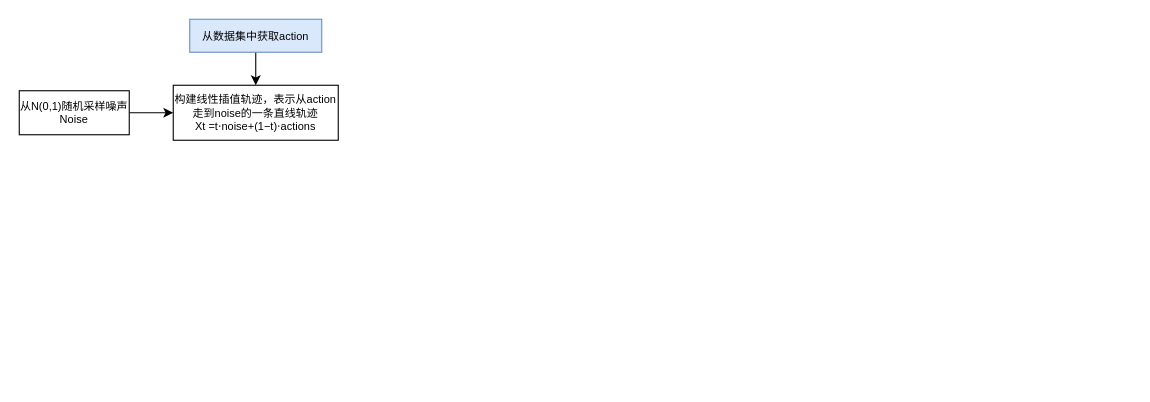
Before: LLM/VLA/smolVLA.drawio in mailonghua/drawio, a draw.io diagram. Source tidied: cells renumbered, new cells numbered last; positions are measured from the earlier drawing's top-left corner, leaving out a move shared by most shapes. Both pictures are drawn from the tidied source at 110%, with x=0, y=0 at pixel (19, 19).
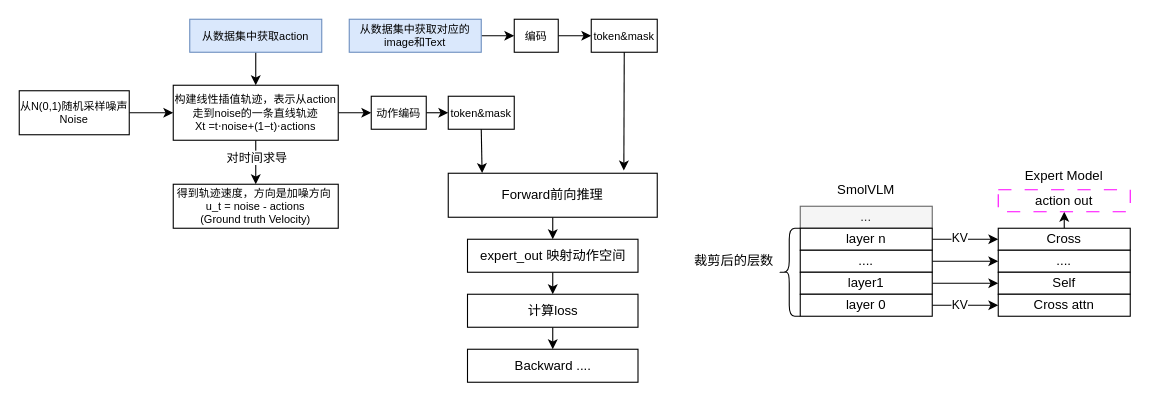
Above is the later version.

The change refers to these unchanged cells:
```xml
<mxCell id="4" value="&lt;div&gt;&lt;div&gt;&lt;span style=&quot;background-color: transparent; color: light-dark(rgb(0, 0, 0), rgb(255, 255, 255));&quot;&gt;构建线性插值轨迹，表示从action走到noise的一条直线轨迹&lt;br&gt;Xt&amp;nbsp;&lt;/span&gt;&lt;span style=&quot;background-color: transparent; color: light-dark(rgb(0, 0, 0), rgb(255, 255, 255));&quot;&gt;=t⋅noise+(1−t)⋅actions&lt;/span&gt;&lt;/div&gt;&lt;/div&gt;" style="rounded=0;whiteSpace=wrap;html=1;fontSize=10;" parent="1" vertex="1">
  <mxGeometry x="140" y="60" width="150" height="50" as="geometry" />
</mxCell>
```

Change to the diagram source:
```diff
@@
+    <mxCell id="7" style="edgeStyle=orthogonalEdgeStyle;curved=1;rounded=0;jettySize=auto;html=1;" parent="1" edge="1" source="4" target="10">
+      <mxGeometry relative="1" as="geometry" />
+    </mxCell>
+    <mxCell id="8" value="对时间求导" style="edgeLabel;html=1;align=center;verticalAlign=middle;" parent="7" vertex="1">
+      <mxGeometry x="-0.26" y="-1" relative="1" as="geometry">
+        <mxPoint x="1" as="offset" />
+      </mxGeometry>
+    </mxCell>
+    <mxCell id="9" style="edgeStyle=orthogonalEdgeStyle;curved=1;rounded=0;jettySize=auto;html=1;" parent="1" edge="1" source="4" target="16">
+      <mxGeometry relative="1" as="geometry" />
+    </mxCell>
@@
+    <mxCell id="10" value="得到轨迹速度，方向是加噪方向&amp;nbsp;&lt;div&gt;u_t = noise - actions&lt;br&gt;(Ground truth Velocity)&lt;/div&gt;" style="rounded=0;whiteSpace=wrap;html=1;fontSize=10;" parent="1" vertex="1">
+      <mxGeometry x="140" y="150" width="150" height="40" as="geometry" />
+    </mxCell>
+    <mxCell id="11" style="edgeStyle=orthogonalEdgeStyle;curved=1;rounded=0;jettySize=auto;html=1;" parent="1" edge="1" source="12" target="14">
+      <mxGeometry relative="1" as="geometry" />
+    </mxCell>
+    <mxCell id="12" value="从数据集中获取对应的image和Text" style="rounded=0;whiteSpace=wrap;html=1;fontSize=10;fillColor=#dae8fc;strokeColor=#6c8ebf;" parent="1" vertex="1">
+      <mxGeometry x="300" width="120" height="30" as="geometry" />
+    </mxCell>
+    <mxCell id="13" style="edgeStyle=orthogonalEdgeStyle;curved=1;rounded=0;jettySize=auto;html=1;" parent="1" edge="1" source="14" target="17">
+      <mxGeometry relative="1" as="geometry" />
+    </mxCell>
+    <mxCell id="14" value="编码" style="rounded=0;whiteSpace=wrap;html=1;fontSize=10;" parent="1" vertex="1">
+      <mxGeometry x="450" width="40" height="30" as="geometry" />
+    </mxCell>
+    <mxCell id="15" style="edgeStyle=orthogonalEdgeStyle;curved=1;rounded=0;jettySize=auto;html=1;exitX=1;exitY=0.5;exitDx=0;exitDy=0;entryX=0;entryY=0.5;entryDx=0;entryDy=0;" parent="1" edge="1" source="16" target="18">
+      <mxGeometry relative="1" as="geometry" />
+    </mxCell>
+    <mxCell id="16" value="动作编码" style="rounded=0;whiteSpace=wrap;html=1;fontSize=10;" parent="1" vertex="1">
+      <mxGeometry x="320" y="70" width="50" height="30" as="geometry" />
+    </mxCell>
+    <mxCell id="17" value="token&amp;amp;mask" style="rounded=0;whiteSpace=wrap;html=1;fontSize=10;" parent="1" vertex="1">
+      <mxGeometry x="520" width="60" height="30" as="geometry" />
+    </mxCell>
+    <mxCell id="18" value="token&amp;amp;mask" style="rounded=0;whiteSpace=wrap;html=1;fontSize=10;" parent="1" vertex="1">
+      <mxGeometry x="390" y="70" width="60" height="30" as="geometry" />
+    </mxCell>
+    <mxCell id="19" style="edgeStyle=orthogonalEdgeStyle;curved=1;rounded=0;jettySize=auto;html=1;" parent="1" edge="1" source="20" target="24">
+      <mxGeometry relative="1" as="geometry" />
+    </mxCell>
+    <mxCell id="20" value="Forward前向推理" style="rounded=0;whiteSpace=wrap;html=1;" parent="1" vertex="1">
+      <mxGeometry x="390" y="140" width="190" height="40" as="geometry" />
+    </mxCell>
+    <mxCell id="21" style="edgeStyle=orthogonalEdgeStyle;curved=1;rounded=0;jettySize=auto;html=1;exitX=0.5;exitY=1;exitDx=0;exitDy=0;entryX=0.162;entryY=-0.005;entryDx=0;entryDy=0;entryPerimeter=0;" parent="1" edge="1" source="18" target="20">
+      <mxGeometry relative="1" as="geometry" />
+    </mxCell>
+    <mxCell id="22" style="edgeStyle=orthogonalEdgeStyle;curved=1;rounded=0;jettySize=auto;html=1;exitX=0.5;exitY=1;exitDx=0;exitDy=0;entryX=0.84;entryY=-0.065;entryDx=0;entryDy=0;entryPerimeter=0;" parent="1" edge="1" source="17" target="20">
+      <mxGeometry relative="1" as="geometry" />
+    </mxCell>
+    <mxCell id="23" style="edgeStyle=orthogonalEdgeStyle;curved=1;rounded=0;jettySize=auto;html=1;" parent="1" edge="1" source="24" target="26">
+      <mxGeometry relative="1" as="geometry" />
+    </mxCell>
+    <mxCell id="24" value="expert_out 映射动作空间" style="whiteSpace=wrap;html=1;rounded=0;" parent="1" vertex="1">
+      <mxGeometry x="407.5" y="200" width="155" height="30" as="geometry" />
+    </mxCell>
+    <mxCell id="25" style="edgeStyle=orthogonalEdgeStyle;curved=1;rounded=0;jettySize=auto;html=1;" parent="1" edge="1" source="26" target="48">
+      <mxGeometry relative="1" as="geometry" />
+    </mxCell>
+    <mxCell id="26" value="计算loss" style="whiteSpace=wrap;html=1;rounded=0;" parent="1" vertex="1">
+      <mxGeometry x="407.5" y="250" width="155" height="30" as="geometry" />
+    </mxCell>
+    <mxCell id="27" value="..." style="rounded=0;whiteSpace=wrap;html=1;fillColor=#f5f5f5;fontColor=#333333;strokeColor=#666666;" parent="1" vertex="1">
+      <mxGeometry x="710" y="170" width="120" height="20" as="geometry" />
+    </mxCell>
+    <mxCell id="28" style="edgeStyle=orthogonalEdgeStyle;curved=1;rounded=0;jettySize=auto;html=1;exitX=1;exitY=0.5;exitDx=0;exitDy=0;entryX=0;entryY=0.5;entryDx=0;entryDy=0;" parent="1" edge="1" source="30" target="42">
+      <mxGeometry relative="1" as="geometry" />
+    </mxCell>
+    <mxCell id="29" value="KV" style="edgeLabel;html=1;align=center;verticalAlign=middle;" parent="28" vertex="1">
+      <mxGeometry x="-0.21" y="2" relative="1" as="geometry" />
+    </mxCell>
+    <mxCell id="30" value="layer n" style="rounded=0;whiteSpace=wrap;html=1;" parent="1" vertex="1">
+      <mxGeometry x="710" y="190" width="120" height="20" as="geometry" />
+    </mxCell>
+    <mxCell id="31" style="edgeStyle=orthogonalEdgeStyle;curved=1;rounded=0;jettySize=auto;html=1;exitX=1;exitY=0.5;exitDx=0;exitDy=0;entryX=0;entryY=0.5;entryDx=0;entryDy=0;" parent="1" edge="1" source="32" target="43">
+      <mxGeometry relative="1" as="geometry" />
+    </mxCell>
+    <mxCell id="32" value="...." style="rounded=0;whiteSpace=wrap;html=1;" parent="1" vertex="1">
+      <mxGeometry x="710" y="210" width="120" height="20" as="geometry" />
+    </mxCell>
+    <mxCell id="33" style="edgeStyle=orthogonalEdgeStyle;curved=1;rounded=0;jettySize=auto;html=1;exitX=1;exitY=0.5;exitDx=0;exitDy=0;entryX=0;entryY=0.5;entryDx=0;entryDy=0;" parent="1" edge="1" source="34" target="44">
+      <mxGeometry relative="1" as="geometry" />
+    </mxCell>
+    <mxCell id="34" value="layer1" style="rounded=0;whiteSpace=wrap;html=1;" parent="1" vertex="1">
+      <mxGeometry x="710" y="230" width="120" height="20" as="geometry" />
+    </mxCell>
+    <mxCell id="35" style="edgeStyle=orthogonalEdgeStyle;curved=1;rounded=0;jettySize=auto;html=1;exitX=1;exitY=0.5;exitDx=0;exitDy=0;entryX=0;entryY=0.5;entryDx=0;entryDy=0;" parent="1" edge="1" source="37" target="45">
+      <mxGeometry relative="1" as="geometry" />
+    </mxCell>
+    <mxCell id="36" value="KV" style="edgeLabel;html=1;align=center;verticalAlign=middle;" parent="35" vertex="1">
+      <mxGeometry x="-0.21" y="1" relative="1" as="geometry" />
+    </mxCell>
+    <mxCell id="37" value="layer 0" style="rounded=0;whiteSpace=wrap;html=1;" parent="1" vertex="1">
+      <mxGeometry x="710" y="250" width="120" height="20" as="geometry" />
+    </mxCell>
+    <mxCell id="38" value="SmolVLM" style="text;strokeColor=none;align=center;fillColor=none;html=1;verticalAlign=middle;whiteSpace=wrap;rounded=0;" parent="1" vertex="1">
+      <mxGeometry x="740" y="140" width="60" height="30" as="geometry" />
+    </mxCell>
+    <mxCell id="39" style="shape=curlyBracket;whiteSpace=wrap;html=1;rounded=1;labelPosition=left;verticalLabelPosition=middle;align=right;verticalAlign=middle;" parent="1" vertex="1">
+      <mxGeometry x="690" y="190" width="20" height="80" as="geometry" />
+    </mxCell>
+    <mxCell id="40" value="裁剪后的层数" style="text;strokeColor=none;align=center;fillColor=none;html=1;verticalAlign=middle;whiteSpace=wrap;rounded=0;" parent="1" vertex="1">
+      <mxGeometry x="610" y="205" width="80" height="30" as="geometry" />
+    </mxCell>
+    <mxCell id="41" style="edgeStyle=orthogonalEdgeStyle;curved=1;rounded=0;jettySize=auto;html=1;" parent="1" edge="1" source="42" target="47">
+      <mxGeometry relative="1" as="geometry" />
+    </mxCell>
+    <mxCell id="42" value="Cross" style="rounded=0;whiteSpace=wrap;html=1;" parent="1" vertex="1">
+      <mxGeometry x="890" y="190" width="120" height="20" as="geometry" />
+    </mxCell>
+    <mxCell id="43" value="...." style="rounded=0;whiteSpace=wrap;html=1;" parent="1" vertex="1">
+      <mxGeometry x="890" y="210" width="120" height="20" as="geometry" />
+    </mxCell>
+    <mxCell id="44" value="Self" style="rounded=0;whiteSpace=wrap;html=1;" parent="1" vertex="1">
+      <mxGeometry x="890" y="230" width="120" height="20" as="geometry" />
+    </mxCell>
+    <mxCell id="45" value="Cross attn" style="rounded=0;whiteSpace=wrap;html=1;" parent="1" vertex="1">
+      <mxGeometry x="890" y="250" width="120" height="20" as="geometry" />
+    </mxCell>
+    <mxCell id="46" value="Expert Model" style="text;strokeColor=none;align=center;fillColor=none;html=1;verticalAlign=middle;whiteSpace=wrap;rounded=0;" parent="1" vertex="1">
+      <mxGeometry x="910" y="135" width="80" height="15" as="geometry" />
+    </mxCell>
+    <mxCell id="47" value="action out" style="rounded=0;whiteSpace=wrap;html=1;dashed=1;dashPattern=12 12;strokeColor=#FF00FF;" parent="1" vertex="1">
+      <mxGeometry x="890" y="155" width="120" height="20" as="geometry" />
+    </mxCell>
+    <mxCell id="48" value="Backward ...." style="whiteSpace=wrap;html=1;rounded=0;" parent="1" vertex="1">
+      <mxGeometry x="407.5" y="300" width="155" height="30" as="geometry" />
+    </mxCell>
```
